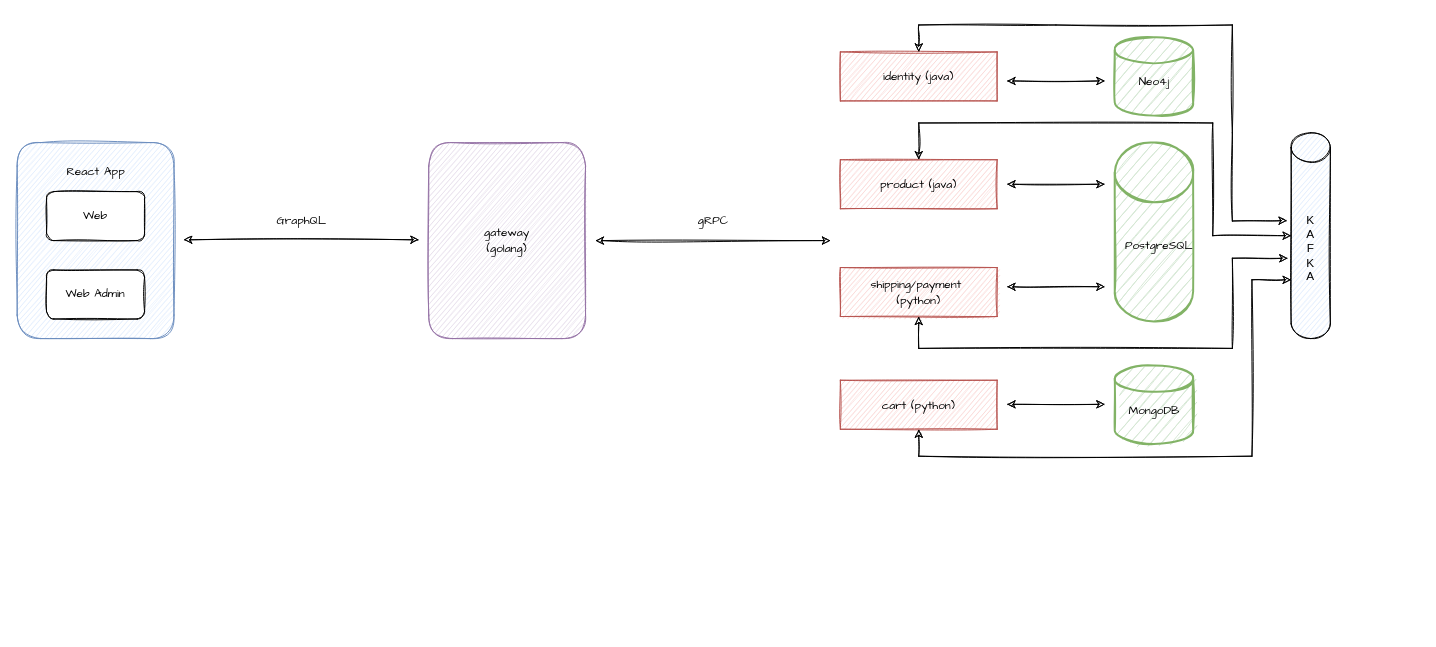
Before: page "System architecture" (8 of 8) of wiki/drawing/drawing.drawio in sandangt/icecream, a draw.io diagram. Source tidied: cells renumbered, new cells numbered last; positions are measured from the earlier drawing's top-left corner, leaving out a move shared by most shapes. Both pictures are drawn from the tidied source at 98%, with x=0, y=0 at pixel (17, 24).
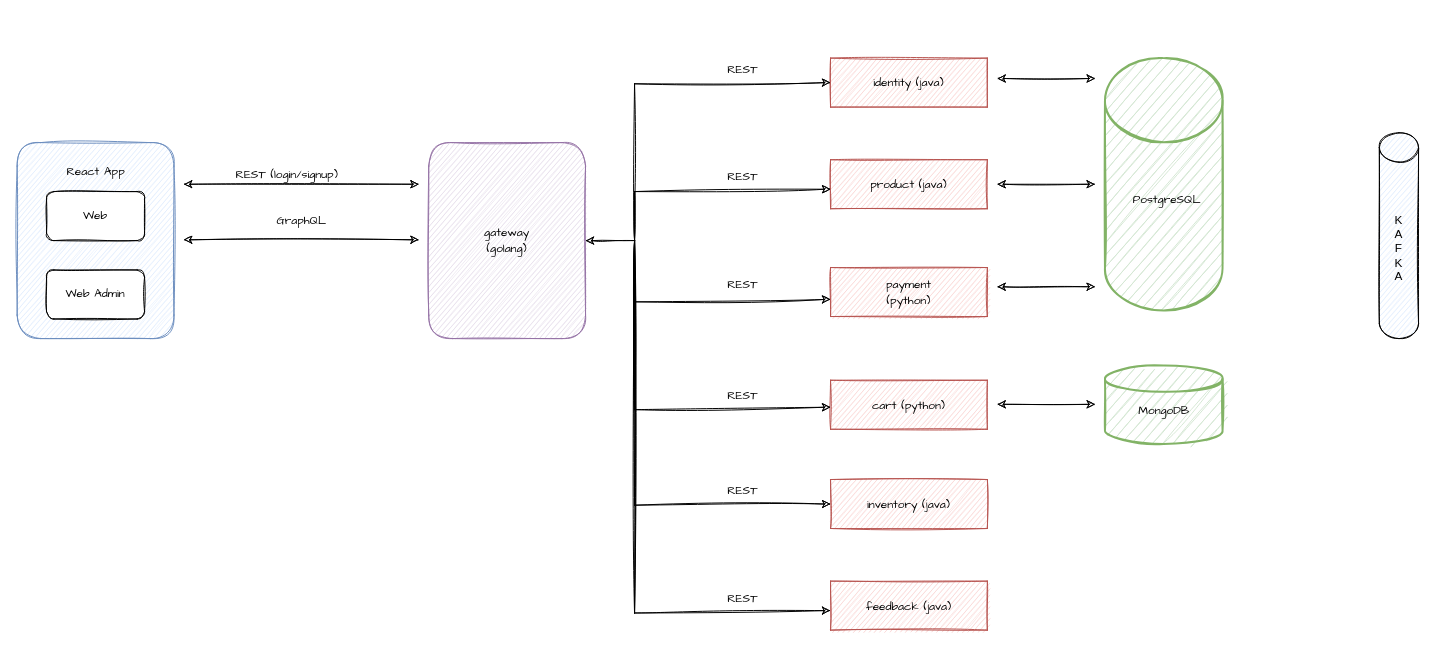
After the change.

Change to the diagram source:
```diff
@@
-    <mxCell id="3" value="&lt;font face=&quot;Comic Sans MS&quot;&gt;gateway&lt;br&gt;(golang)&lt;br&gt;&lt;/font&gt;" style="rounded=1;whiteSpace=wrap;html=1;fillColor=#e1d5e7;strokeColor=#9673a6;sketch=1;" parent="1" vertex="1">
+    <mxCell id="3" value="&lt;font face=&quot;Comic Sans MS&quot;&gt;gateway&lt;br&gt;(golang)&lt;br&gt;&lt;/font&gt;" style="rounded=1;whiteSpace=wrap;html=1;fillColor=#e1d5e7;strokeColor=#9673a6;sketch=1;arcSize=15;" parent="1" vertex="1">
       <mxGeometry x="420" y="120" width="160" height="200" as="geometry" />
     </mxCell>
     <mxCell id="4" value="&lt;font face=&quot;Comic Sans MS&quot;&gt;identity (java)&lt;/font&gt;" style="rounded=0;whiteSpace=wrap;html=1;fillColor=#f8cecc;strokeColor=#b85450;sketch=1;" parent="1" vertex="1">
-      <mxGeometry x="840" y="27.5" width="160" height="50" as="geometry" />
+      <mxGeometry x="830" y="33.8" width="160" height="50" as="geometry" />
     </mxCell>
     <mxCell id="5" value="&lt;font face=&quot;Comic Sans MS&quot;&gt;product (java)&lt;/font&gt;" style="rounded=0;whiteSpace=wrap;html=1;fillColor=#f8cecc;strokeColor=#b85450;sketch=1;" parent="1" vertex="1">
-      <mxGeometry x="840" y="137.5" width="160" height="50" as="geometry" />
+      <mxGeometry x="830" y="137.5" width="160" height="50" as="geometry" />
     </mxCell>
-    <mxCell id="6" style="endArrow=classic;html=1;rounded=0;sketch=1;startArrow=classic;startFill=1;" parent="1" edge="1">
+    <mxCell id="6" style="endArrow=none;html=1;rounded=0;sketch=1;startArrow=classic;startFill=1;endFill=0;" parent="1" edge="1">
       <mxGeometry relative="1" as="geometry">
-        <mxPoint x="590" y="220" as="sourcePoint" />
-        <mxPoint x="830" y="220" as="targetPoint" />
+        <mxPoint x="580" y="220" as="sourcePoint" />
+        <mxPoint x="630" y="220" as="targetPoint" />
       </mxGeometry>
     </mxCell>
-    <mxCell id="7" value="&lt;font face=&quot;Comic Sans MS&quot;&gt;gRPC&lt;/font&gt;" style="text;html=1;align=center;verticalAlign=middle;strokeColor=none;fillColor=none;" parent="1" vertex="1">
-      <mxGeometry x="685" y="185" width="50" height="30" as="geometry" />
+    <mxCell id="7" value="&lt;font face=&quot;Comic Sans MS&quot;&gt;REST&lt;/font&gt;" style="text;html=1;align=center;verticalAlign=middle;strokeColor=none;fillColor=none;" parent="1" vertex="1">
+      <mxGeometry x="710" y="30" width="60" height="30" as="geometry" />
     </mxCell>
-    <mxCell id="8" style="strokeWidth=2;html=1;shape=mxgraph.flowchart.database;whiteSpace=wrap;rounded=1;shadow=0;glass=0;sketch=1;fillStyle=auto;fontFamily=Comic Sans MS;fillColor=#d5e8d4;strokeColor=#82b366;" parent="1" vertex="1">
-      <mxGeometry x="1120" y="12.5" width="80" height="80" as="geometry" />
-    </mxCell>
-    <mxCell id="9" value="&lt;font face=&quot;Comic Sans MS&quot;&gt;Neo4j&lt;/font&gt;" style="text;html=1;align=center;verticalAlign=middle;strokeColor=none;fillColor=none;" parent="1" vertex="1">
-      <mxGeometry x="1135" y="47.5" width="50" height="20" as="geometry" />
-    </mxCell>
     <mxCell id="10" value="&lt;font face=&quot;Comic Sans MS&quot;&gt;cart (python)&lt;/font&gt;" style="rounded=0;whiteSpace=wrap;html=1;fillColor=#f8cecc;strokeColor=#b85450;sketch=1;" parent="1" vertex="1">
-      <mxGeometry x="840" y="362.5" width="160" height="50" as="geometry" />
+      <mxGeometry x="830" y="362.5" width="160" height="50" as="geometry" />
     </mxCell>
-    <mxCell id="11" value="&lt;font face=&quot;Comic Sans MS&quot;&gt;shipping/payment&amp;nbsp;&lt;br&gt;(python)&lt;br&gt;&lt;/font&gt;" style="rounded=0;whiteSpace=wrap;html=1;fillColor=#f8cecc;strokeColor=#b85450;sketch=1;" parent="1" vertex="1">
-      <mxGeometry x="840" y="247.5" width="160" height="50" as="geometry" />
+    <mxCell id="11" value="&lt;font face=&quot;Comic Sans MS&quot;&gt;payment&lt;br&gt;(python)&lt;br&gt;&lt;/font&gt;" style="rounded=0;whiteSpace=wrap;html=1;fillColor=#f8cecc;strokeColor=#b85450;sketch=1;" parent="1" vertex="1">
+      <mxGeometry x="830" y="247.5" width="160" height="50" as="geometry" />
     </mxCell>
     <mxCell id="12" style="endArrow=classic;html=1;rounded=0;sketch=1;startArrow=classic;startFill=1;" parent="1" edge="1">
       <mxGeometry relative="1" as="geometry">
-        <mxPoint x="1010" y="162.5" as="sourcePoint" />
-        <mxPoint x="1110" y="162.5" as="targetPoint" />
+        <mxPoint x="1000" y="162.5" as="sourcePoint" />
+        <mxPoint x="1100" y="162.5" as="targetPoint" />
       </mxGeometry>
     </mxCell>
     <mxCell id="13" style="strokeWidth=2;html=1;shape=mxgraph.flowchart.database;whiteSpace=wrap;rounded=1;shadow=0;glass=0;sketch=1;fillStyle=auto;fontFamily=Comic Sans MS;fillColor=#d5e8d4;strokeColor=#82b366;" parent="1" vertex="1">
-      <mxGeometry x="1120" y="120" width="80" height="182.5" as="geometry" />
+      <mxGeometry x="1110" y="33.8" width="120" height="257.5" as="geometry" />
     </mxCell>
     <mxCell id="14" style="strokeWidth=2;html=1;shape=mxgraph.flowchart.database;whiteSpace=wrap;rounded=1;shadow=0;glass=0;sketch=1;fillStyle=auto;fontFamily=Comic Sans MS;fillColor=#d5e8d4;strokeColor=#82b366;" parent="1" vertex="1">
-      <mxGeometry x="1120" y="347.5" width="80" height="80" as="geometry" />
+      <mxGeometry x="1110" y="347.5" width="120" height="80" as="geometry" />
     </mxCell>
     <mxCell id="15" value="&lt;font face=&quot;Comic Sans MS&quot;&gt;MongoDB&lt;/font&gt;" style="text;html=1;align=center;verticalAlign=middle;strokeColor=none;fillColor=none;" parent="1" vertex="1">
-      <mxGeometry x="1125" y="382.5" width="70" height="20" as="geometry" />
+      <mxGeometry x="1135" y="382.5" width="70" height="20" as="geometry" />
     </mxCell>
     <mxCell id="16" style="endArrow=classic;html=1;rounded=0;sketch=1;startArrow=classic;startFill=1;" parent="1" edge="1">
       <mxGeometry relative="1" as="geometry">
-        <mxPoint x="1010" y="57.1" as="sourcePoint" />
-        <mxPoint x="1110" y="57.1" as="targetPoint" />
+        <mxPoint x="1000" y="54.6" as="sourcePoint" />
+        <mxPoint x="1100" y="54.6" as="targetPoint" />
       </mxGeometry>
     </mxCell>
     <mxCell id="17" style="endArrow=classic;html=1;rounded=0;sketch=1;startArrow=classic;startFill=1;" parent="1" edge="1">
       <mxGeometry relative="1" as="geometry">
-        <mxPoint x="1010" y="387.1" as="sourcePoint" />
-        <mxPoint x="1110" y="387.1" as="targetPoint" />
+        <mxPoint x="1000" y="387.1" as="sourcePoint" />
+        <mxPoint x="1100" y="387.1" as="targetPoint" />
       </mxGeometry>
     </mxCell>
     <mxCell id="18" value="&lt;font face=&quot;Comic Sans MS&quot;&gt;PostgreSQL&lt;/font&gt;" style="text;html=1;align=center;verticalAlign=middle;strokeColor=none;fillColor=none;" parent="1" vertex="1">
-      <mxGeometry x="1125" y="215" width="80" height="20" as="geometry" />
+      <mxGeometry x="1132.5" y="167.5" width="80" height="20" as="geometry" />
     </mxCell>
     <mxCell id="19" style="endArrow=classic;html=1;rounded=0;sketch=1;startArrow=classic;startFill=1;" parent="1" edge="1">
       <mxGeometry relative="1" as="geometry">
-        <mxPoint x="1010" y="267.1" as="sourcePoint" />
-        <mxPoint x="1110" y="267.1" as="targetPoint" />
+        <mxPoint x="1000" y="267.1" as="sourcePoint" />
+        <mxPoint x="1100" y="267.1" as="targetPoint" />
       </mxGeometry>
     </mxCell>
@@
     <mxCell id="25" value="K&lt;br&gt;A&lt;br&gt;F&lt;br&gt;K&lt;br&gt;A" style="shape=cylinder3;whiteSpace=wrap;html=1;boundedLbl=1;backgroundOutline=1;size=15;strokeColor=default;fillColor=#dae8fc;sketch=1;shadow=0;" parent="1" vertex="1">
-      <mxGeometry x="1300" y="110" width="40" height="210" as="geometry" />
+      <mxGeometry x="1390" y="110" width="40" height="210" as="geometry" />
     </mxCell>
-    <mxCell id="26" style="endArrow=classic;startArrow=classic;html=1;rounded=0;entryX=0.5;entryY=0;entryDx=0;entryDy=0;exitX=-0.104;exitY=0.427;exitDx=0;exitDy=0;exitPerimeter=0;sketch=1;" parent="1" edge="1" source="25" target="4">
-      <mxGeometry relative="1" as="geometry">
-        <Array as="points">
-          <mxPoint x="1240" y="200" />
-          <mxPoint x="1240" y="110" />
-          <mxPoint x="1240" />
-          <mxPoint x="1060" />
-          <mxPoint x="920" />
-        </Array>
-      </mxGeometry>
-    </mxCell>
-    <mxCell id="27" style="endArrow=classic;startArrow=classic;html=1;rounded=0;sketch=1;exitX=0.5;exitY=0;exitDx=0;exitDy=0;entryX=0;entryY=0.5;entryDx=0;entryDy=0;entryPerimeter=0;" parent="1" edge="1" source="5" target="25">
-      <mxGeometry relative="1" as="geometry">
-        <Array as="points">
-          <mxPoint x="920" y="100" />
-          <mxPoint x="1220" y="100" />
-          <mxPoint x="1220" y="215" />
-        </Array>
-      </mxGeometry>
-    </mxCell>
-    <mxCell id="28" style="endArrow=classic;startArrow=classic;html=1;rounded=0;sketch=1;exitX=0.5;exitY=1;exitDx=0;exitDy=0;entryX=-0.083;entryY=0.61;entryDx=0;entryDy=0;entryPerimeter=0;" parent="1" edge="1" source="11" target="25">
-      <mxGeometry relative="1" as="geometry">
-        <Array as="points">
-          <mxPoint x="920" y="330" />
-          <mxPoint x="1240" y="330" />
-          <mxPoint x="1240" y="238" />
-        </Array>
-      </mxGeometry>
-    </mxCell>
-    <mxCell id="29" style="endArrow=classic;startArrow=classic;html=1;rounded=0;sketch=1;exitX=0.5;exitY=1;exitDx=0;exitDy=0;entryX=0;entryY=0;entryDx=0;entryDy=150;entryPerimeter=0;" parent="1" edge="1" source="10" target="25">
-      <mxGeometry relative="1" as="geometry">
-        <Array as="points">
-          <mxPoint x="920" y="440" />
-          <mxPoint x="1260" y="440" />
-          <mxPoint x="1260" y="260" />
-        </Array>
-      </mxGeometry>
-    </mxCell>
+    <mxCell id="30" style="endArrow=classic;html=1;rounded=0;sketch=1;startArrow=none;startFill=0;entryX=0;entryY=0.5;entryDx=0;entryDy=0;" parent="1" edge="1" target="4">
+      <mxGeometry relative="1" as="geometry">
+        <mxPoint x="630" y="220" as="sourcePoint" />
+        <Array as="points">
+          <mxPoint x="630" y="220" />
+          <mxPoint x="630" y="60" />
+        </Array>
+      </mxGeometry>
+    </mxCell>
+    <mxCell id="31" style="endArrow=classic;html=1;rounded=0;sketch=1;startArrow=none;startFill=0;entryX=0;entryY=0.5;entryDx=0;entryDy=0;" parent="1" edge="1">
+      <mxGeometry relative="1" as="geometry">
+        <mxPoint x="630" y="170" as="sourcePoint" />
+        <mxPoint x="830" y="167.5" as="targetPoint" />
+        <Array as="points">
+          <mxPoint x="630" y="220" />
+          <mxPoint x="630" y="170" />
+        </Array>
+      </mxGeometry>
+    </mxCell>
+    <mxCell id="32" style="endArrow=classic;html=1;rounded=0;sketch=1;startArrow=classic;startFill=1;" parent="1" edge="1">
+      <mxGeometry relative="1" as="geometry">
+        <mxPoint x="170" y="162.5" as="sourcePoint" />
+        <mxPoint x="410" y="162.5" as="targetPoint" />
+      </mxGeometry>
+    </mxCell>
+    <mxCell id="33" value="&lt;font face=&quot;Comic Sans MS&quot;&gt;REST (login/signup)&lt;/font&gt;" style="text;html=1;align=center;verticalAlign=middle;strokeColor=none;fillColor=none;" parent="1" vertex="1">
+      <mxGeometry x="210" y="137.5" width="130" height="30" as="geometry" />
+    </mxCell>
+    <mxCell id="34" value="&lt;font face=&quot;Comic Sans MS&quot;&gt;REST&lt;/font&gt;" style="text;html=1;align=center;verticalAlign=middle;strokeColor=none;fillColor=none;" parent="1" vertex="1">
+      <mxGeometry x="710" y="140" width="60" height="30" as="geometry" />
+    </mxCell>
+    <mxCell id="35" style="endArrow=classic;html=1;rounded=0;sketch=1;startArrow=none;startFill=0;entryX=0;entryY=0.5;entryDx=0;entryDy=0;" parent="1" edge="1">
+      <mxGeometry relative="1" as="geometry">
+        <mxPoint x="630" y="282.5" as="sourcePoint" />
+        <mxPoint x="830" y="280" as="targetPoint" />
+        <Array as="points">
+          <mxPoint x="630" y="220" />
+          <mxPoint x="630" y="282.5" />
+        </Array>
+      </mxGeometry>
+    </mxCell>
+    <mxCell id="36" style="endArrow=classic;html=1;rounded=0;sketch=1;startArrow=none;startFill=0;entryX=0;entryY=0.5;entryDx=0;entryDy=0;" parent="1" edge="1">
+      <mxGeometry relative="1" as="geometry">
+        <mxPoint x="630" y="392.5" as="sourcePoint" />
+        <mxPoint x="830" y="390" as="targetPoint" />
+        <Array as="points">
+          <mxPoint x="630" y="220" />
+          <mxPoint x="630" y="392.5" />
+        </Array>
+      </mxGeometry>
+    </mxCell>
+    <mxCell id="37" value="&lt;font face=&quot;Comic Sans MS&quot;&gt;REST&lt;/font&gt;" style="text;html=1;align=center;verticalAlign=middle;strokeColor=none;fillColor=none;" parent="1" vertex="1">
+      <mxGeometry x="710" y="250" width="60" height="30" as="geometry" />
+    </mxCell>
+    <mxCell id="38" value="&lt;font face=&quot;Comic Sans MS&quot;&gt;REST&lt;/font&gt;" style="text;html=1;align=center;verticalAlign=middle;strokeColor=none;fillColor=none;" parent="1" vertex="1">
+      <mxGeometry x="710" y="362.5" width="60" height="30" as="geometry" />
+    </mxCell>
+    <mxCell id="39" value="&lt;font face=&quot;Comic Sans MS&quot;&gt;inventory (java)&lt;/font&gt;" style="rounded=0;whiteSpace=wrap;html=1;fillColor=#f8cecc;strokeColor=#b85450;sketch=1;" parent="1" vertex="1">
+      <mxGeometry x="830" y="463.8" width="160" height="50" as="geometry" />
+    </mxCell>
+    <mxCell id="40" value="&lt;font face=&quot;Comic Sans MS&quot;&gt;feedback (java)&lt;/font&gt;" style="rounded=0;whiteSpace=wrap;html=1;fillColor=#f8cecc;strokeColor=#b85450;sketch=1;" parent="1" vertex="1">
+      <mxGeometry x="830" y="567.5" width="160" height="50" as="geometry" />
+    </mxCell>
+    <mxCell id="41" value="&lt;font face=&quot;Comic Sans MS&quot;&gt;REST&lt;/font&gt;" style="text;html=1;align=center;verticalAlign=middle;strokeColor=none;fillColor=none;" parent="1" vertex="1">
+      <mxGeometry x="710" y="460" width="60" height="30" as="geometry" />
+    </mxCell>
+    <mxCell id="42" style="endArrow=classic;html=1;rounded=0;sketch=1;startArrow=none;startFill=0;entryX=0;entryY=0.5;entryDx=0;entryDy=0;" parent="1" edge="1" target="39">
+      <mxGeometry relative="1" as="geometry">
+        <mxPoint x="630" y="220" as="sourcePoint" />
+        <Array as="points">
+          <mxPoint x="630" y="220" />
+          <mxPoint x="630" y="490" />
+        </Array>
+      </mxGeometry>
+    </mxCell>
+    <mxCell id="43" style="endArrow=classic;html=1;rounded=0;sketch=1;startArrow=none;startFill=0;entryX=0;entryY=0.5;entryDx=0;entryDy=0;" parent="1" edge="1">
+      <mxGeometry relative="1" as="geometry">
+        <mxPoint x="630" y="600" as="sourcePoint" />
+        <mxPoint x="830" y="597.5" as="targetPoint" />
+        <Array as="points">
+          <mxPoint x="630" y="220" />
+          <mxPoint x="630" y="600" />
+        </Array>
+      </mxGeometry>
+    </mxCell>
+    <mxCell id="44" value="&lt;font face=&quot;Comic Sans MS&quot;&gt;REST&lt;/font&gt;" style="text;html=1;align=center;verticalAlign=middle;strokeColor=none;fillColor=none;" parent="1" vertex="1">
+      <mxGeometry x="710" y="570" width="60" height="30" as="geometry" />
+    </mxCell>
```
